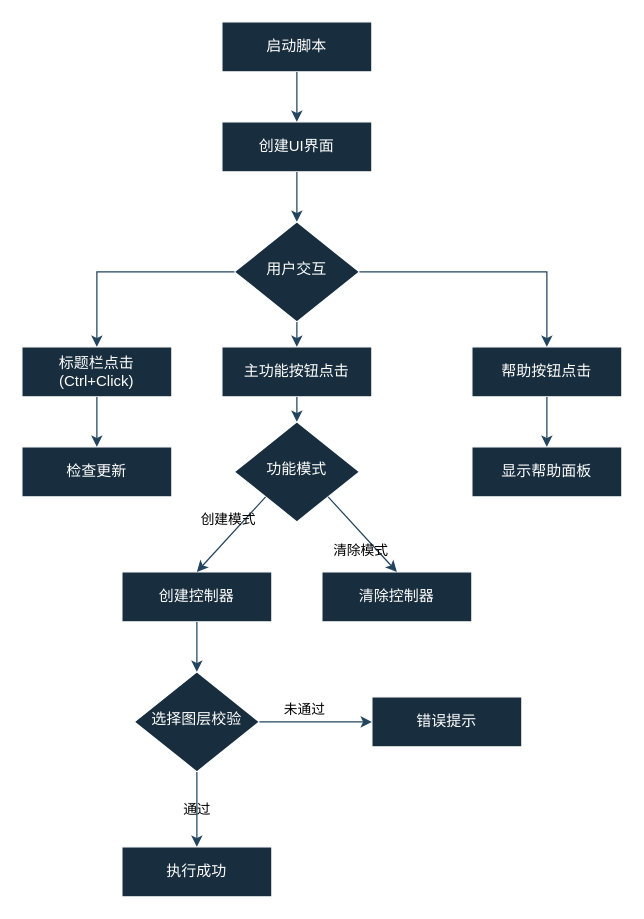
Earlier version of the draw.io diagram Advanced Null Controller.drawio (yancongya/Advanced-Null-Controller). Source tidied: cells renumbered, new cells numbered last; positions are measured from the earlier drawing's top-left corner, leaving out a move shared by most shapes. Both pictures are drawn from the tidied source at 125%, with x=0, y=0 at pixel (21, 21).
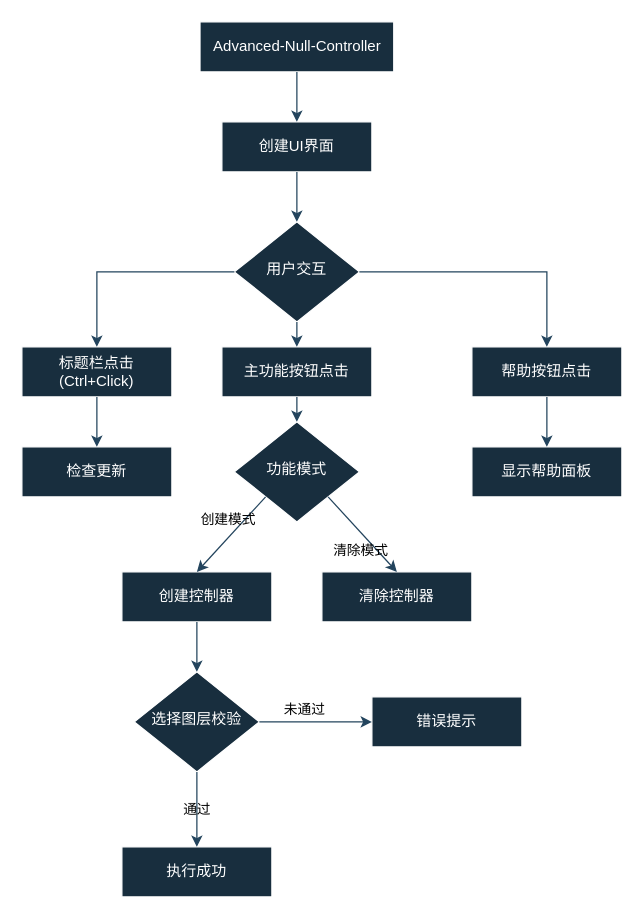
After the change.

Commit message (it also covers changes not shown here):
修改流程图

The edit, as a diff of the source:
```diff
@@
-    <mxCell id="2" value="启动脚本" style="rounded=0;whiteSpace=wrap;html=1;fontSize=12;glass=0;strokeWidth=1;shadow=0;labelBackgroundColor=none;fillColor=#182E3E;strokeColor=#FFFFFF;fontColor=#FFFFFF;" parent="1" vertex="1">
-      <mxGeometry x="160" width="120" height="40" as="geometry" />
+    <mxCell id="2" value="Advanced-Null-Controller" style="rounded=0;whiteSpace=wrap;html=1;fontSize=12;glass=0;strokeWidth=1;shadow=0;labelBackgroundColor=none;fillColor=#182E3E;strokeColor=#FFFFFF;fontColor=#FFFFFF;" parent="1" vertex="1">
+      <mxGeometry x="142.5" width="155" height="40" as="geometry" />
     </mxCell>
```
